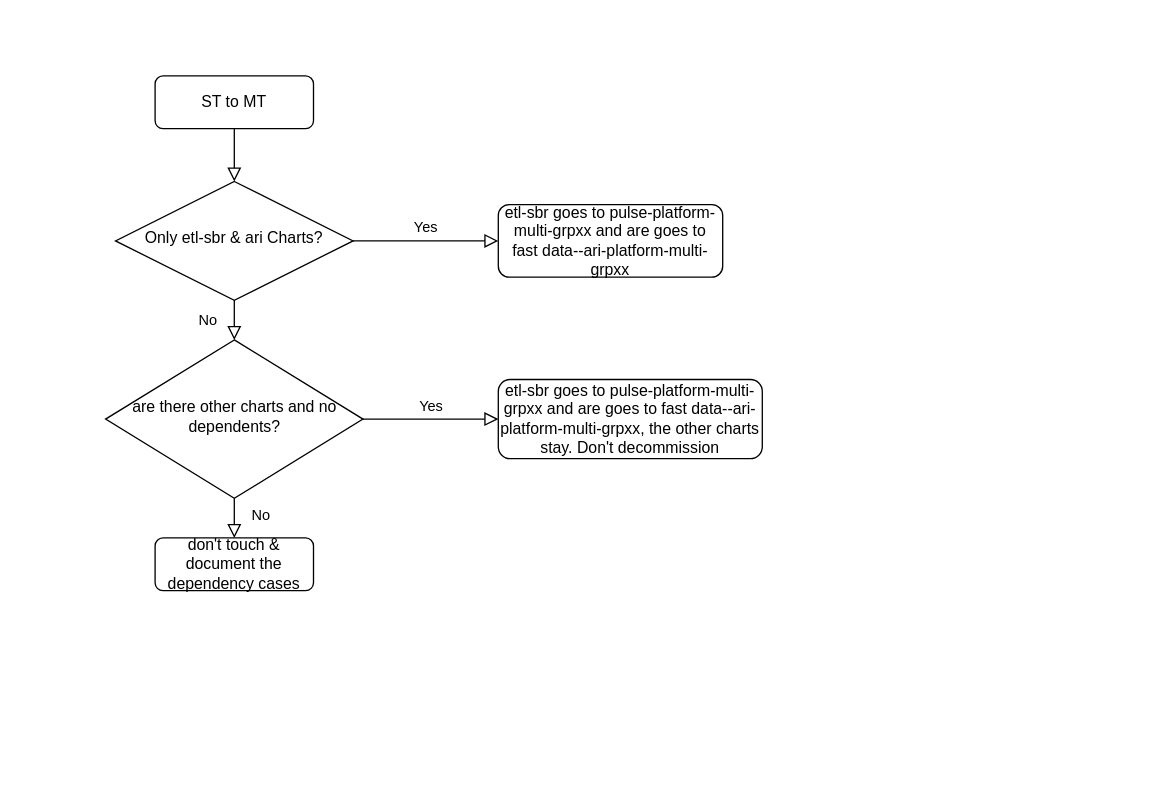
This is Diagrama sin título.drawio from lgarzon2304/flatris, a draw.io file, before an edit. Source tidied: cells renumbered, new cells numbered last; positions are measured from the earlier drawing's top-left corner, leaving out a move shared by most shapes. Both pictures are drawn from the tidied source at 132%, with x=0, y=0 at pixel (104, 75).
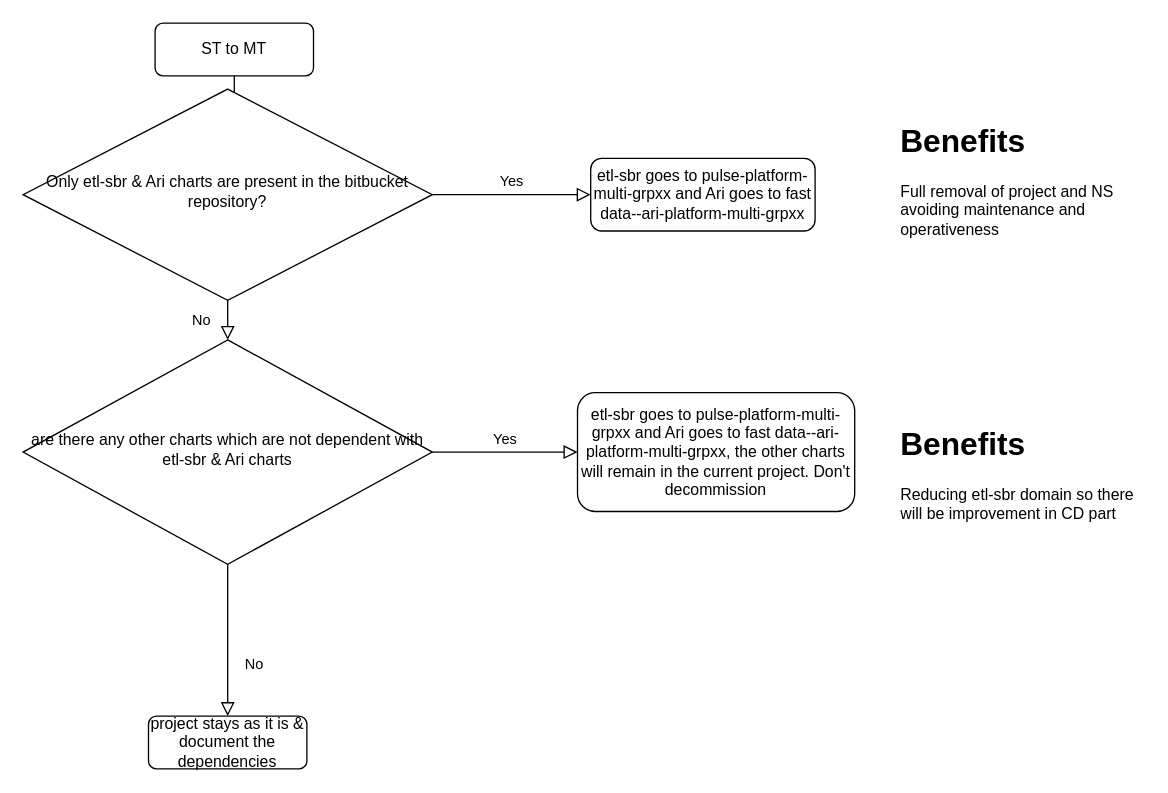
The same page after the edit.

The edit, as a diff of the source:
```diff
@@
 <mxGraphModel>
   <root>
     <mxCell id="0" />
     <mxCell id="1" parent="0" />
     <mxCell id="2" style="rounded=0;html=1;jettySize=auto;fontSize=11;endArrow=block;endFill=0;endSize=8;strokeWidth=1;shadow=0;labelBackgroundColor=none;edgeStyle=orthogonalEdgeStyle;" parent="1" edge="1" source="3" target="6">
       <mxGeometry relative="1" as="geometry" />
     </mxCell>
     <mxCell id="3" value="ST to MT" style="rounded=1;whiteSpace=wrap;html=1;fontSize=12;glass=0;strokeWidth=1;shadow=0;" parent="1" vertex="1">
-      <mxGeometry x="38" width="120" height="40" as="geometry" />
+      <mxGeometry x="38" y="-40" width="120" height="40" as="geometry" />
     </mxCell>
     <mxCell id="4" value="No" style="rounded=0;html=1;jettySize=auto;fontSize=11;endArrow=block;endFill=0;endSize=8;strokeWidth=1;shadow=0;labelBackgroundColor=none;edgeStyle=orthogonalEdgeStyle;" parent="1" edge="1" source="6" target="10">
       <mxGeometry y="20" relative="1" as="geometry" />
     </mxCell>
     <mxCell id="5" value="Yes" style="edgeStyle=orthogonalEdgeStyle;rounded=0;html=1;jettySize=auto;fontSize=11;endArrow=block;endFill=0;endSize=8;strokeWidth=1;shadow=0;labelBackgroundColor=none;" parent="1" edge="1" source="6" target="7">
       <mxGeometry y="10" relative="1" as="geometry" />
     </mxCell>
-    <mxCell id="6" value="Only etl-sbr &amp;amp; ari Charts?" style="rhombus;whiteSpace=wrap;html=1;shadow=0;fontFamily=Helvetica;fontSize=12;align=center;strokeWidth=1;spacing=6;spacingTop=-4;" parent="1" vertex="1">
-      <mxGeometry x="8" y="80" width="180" height="90" as="geometry" />
+    <mxCell id="6" value="&lt;span style=&quot;text-align: start;&quot;&gt;&lt;/span&gt;&lt;span style=&quot;text-align: start;&quot;&gt;&lt;/span&gt;&lt;span style=&quot;text-align: start;&quot;&gt;&lt;/span&gt;Only etl-sbr &amp;amp; Ari charts are present in the bitbucket repository?" style="rhombus;whiteSpace=wrap;html=1;shadow=0;fontFamily=Helvetica;fontSize=12;align=center;strokeWidth=1;spacing=6;spacingTop=-4;" parent="1" vertex="1">
+      <mxGeometry x="-62" y="10" width="310" height="160" as="geometry" />
     </mxCell>
-    <mxCell id="7" value="etl-sbr goes to pulse-platform-multi-grpxx and are goes to fast data--ari-platform-multi-grpxx" style="rounded=1;whiteSpace=wrap;html=1;fontSize=12;glass=0;strokeWidth=1;shadow=0;" parent="1" vertex="1">
-      <mxGeometry x="298" y="97.5" width="170" height="55" as="geometry" />
+    <mxCell id="7" value="etl-sbr goes to pulse-platform-multi-grpxx and Ari goes to fast data--ari-platform-multi-grpxx" style="rounded=1;whiteSpace=wrap;html=1;fontSize=12;glass=0;strokeWidth=1;shadow=0;" parent="1" vertex="1">
+      <mxGeometry x="368" y="62.5" width="170" height="55" as="geometry" />
     </mxCell>
     <mxCell id="8" value="No" style="rounded=0;html=1;jettySize=auto;fontSize=11;endArrow=block;endFill=0;endSize=8;strokeWidth=1;shadow=0;labelBackgroundColor=none;edgeStyle=orthogonalEdgeStyle;" parent="1" edge="1" source="10" target="11">
       <mxGeometry x="0.33" y="20" relative="1" as="geometry" />
     </mxCell>
     <mxCell id="9" value="Yes" style="edgeStyle=orthogonalEdgeStyle;rounded=0;html=1;jettySize=auto;fontSize=11;endArrow=block;endFill=0;endSize=8;strokeWidth=1;shadow=0;labelBackgroundColor=none;" parent="1" edge="1" source="10" target="12">
       <mxGeometry y="10" relative="1" as="geometry" />
     </mxCell>
-    <mxCell id="10" value="are there other charts and no dependents?" style="rhombus;whiteSpace=wrap;html=1;shadow=0;fontFamily=Helvetica;fontSize=12;align=center;strokeWidth=1;spacing=6;spacingTop=-4;" parent="1" vertex="1">
-      <mxGeometry x="0.5" y="200" width="195" height="120" as="geometry" />
+    <mxCell id="10" value="&lt;span style=&quot;text-align: start;&quot;&gt;&lt;/span&gt;are there any other charts which are not dependent with etl-sbr &amp;amp; Ari charts" style="rhombus;whiteSpace=wrap;html=1;shadow=0;fontFamily=Helvetica;fontSize=12;align=center;strokeWidth=1;spacing=6;spacingTop=-4;" parent="1" vertex="1">
+      <mxGeometry x="-62" y="200" width="310" height="170" as="geometry" />
     </mxCell>
-    <mxCell id="11" value="don't touch &amp;amp; document the dependency cases" style="rounded=1;whiteSpace=wrap;html=1;fontSize=12;glass=0;strokeWidth=1;shadow=0;" parent="1" vertex="1">
-      <mxGeometry x="38" y="350" width="120" height="40" as="geometry" />
+    <mxCell id="11" value="project stays as it is &amp;amp; document the dependencies" style="rounded=1;whiteSpace=wrap;html=1;fontSize=12;glass=0;strokeWidth=1;shadow=0;" parent="1" vertex="1">
+      <mxGeometry x="33" y="485" width="120" height="40" as="geometry" />
     </mxCell>
-    <mxCell id="12" value="etl-sbr goes to pulse-platform-multi-grpxx and are goes to fast data--ari-platform-multi-grpxx, the other charts stay. Don't decommission" style="rounded=1;whiteSpace=wrap;html=1;fontSize=12;glass=0;strokeWidth=1;shadow=0;" parent="1" vertex="1">
-      <mxGeometry x="298" y="230" width="200" height="60" as="geometry" />
+    <mxCell id="12" value="etl-sbr goes to pulse-platform-multi-grpxx and Ari goes to fast data--ari-platform-multi-grpxx, the other charts will remain in the current project. Don't decommission" style="rounded=1;whiteSpace=wrap;html=1;fontSize=12;glass=0;strokeWidth=1;shadow=0;" parent="1" vertex="1">
+      <mxGeometry x="358" y="240" width="210" height="90" as="geometry" />
     </mxCell>
+    <mxCell id="13" value="&lt;h1&gt;Benefits&lt;span style=&quot;font-weight: 400;&quot;&gt;&lt;/span&gt;&lt;/h1&gt;&lt;div&gt;Full removal of project and NS avoiding maintenance and operativeness&lt;/div&gt;" style="text;html=1;strokeColor=none;fillColor=none;spacing=5;spacingTop=-20;whiteSpace=wrap;overflow=hidden;rounded=0;" parent="1" vertex="1">
+      <mxGeometry x="598" y="30" width="190" height="120" as="geometry" />
+    </mxCell>
+    <mxCell id="14" value="&lt;h1&gt;Benefits&lt;span style=&quot;font-weight: 400;&quot;&gt;&lt;/span&gt;&lt;/h1&gt;&lt;div&gt;Reducing etl-sbr domain so there will be improvement in CD part&lt;/div&gt;" style="text;html=1;strokeColor=none;fillColor=none;spacing=5;spacingTop=-20;whiteSpace=wrap;overflow=hidden;rounded=0;" parent="1" vertex="1">
+      <mxGeometry x="598" y="260" width="190" height="120" as="geometry" />
+    </mxCell>
   </root>
 </mxGraphModel>
```
